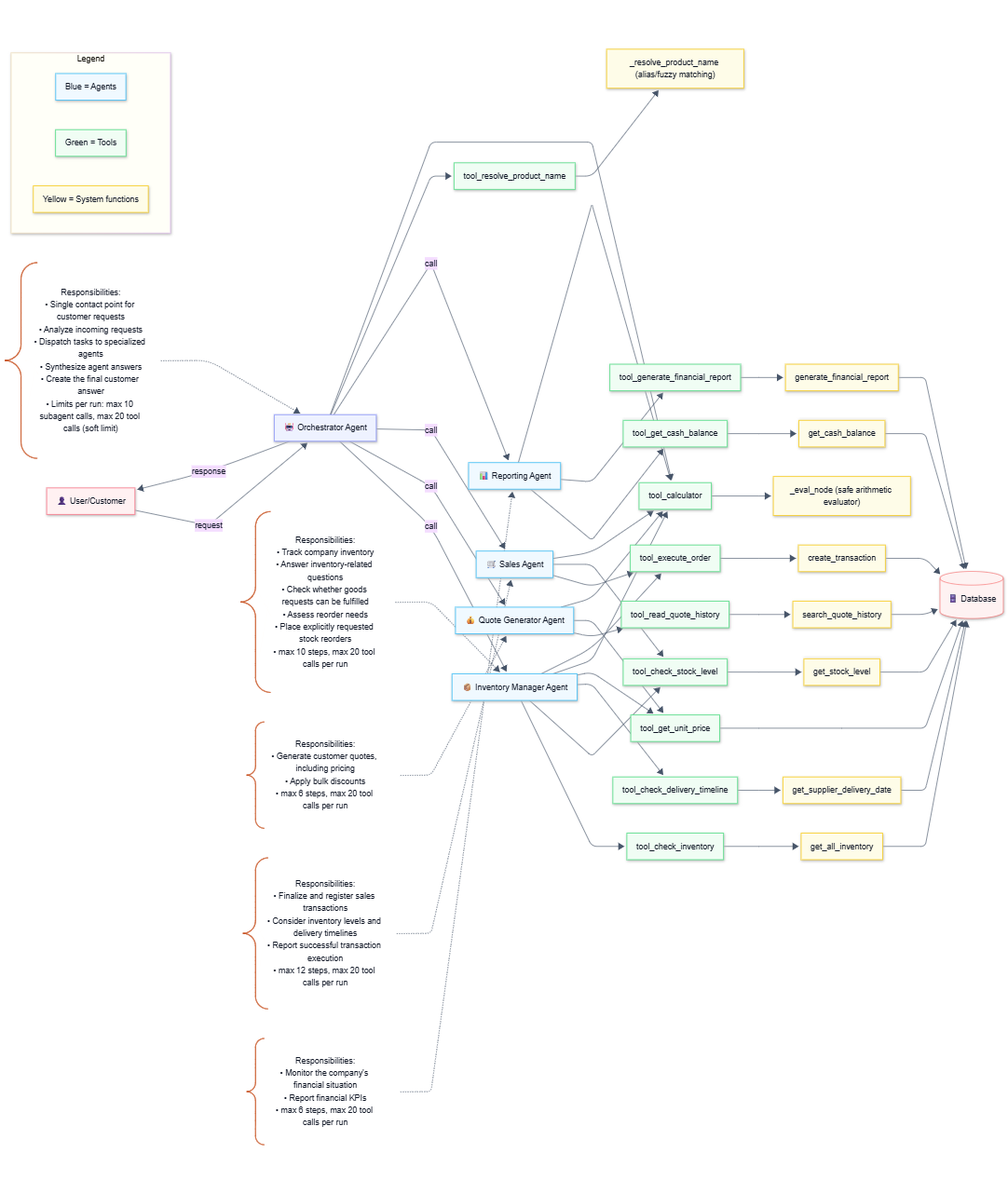
This is docs/architecture_diagram.png from christoph1604/Udacity_Agentic_AI_4.0_Beavers_Choice_Paper_Company, a Mermaid export, as it was before one commit. Its source is kept beside it as docs/architecture_diagram.mmd.
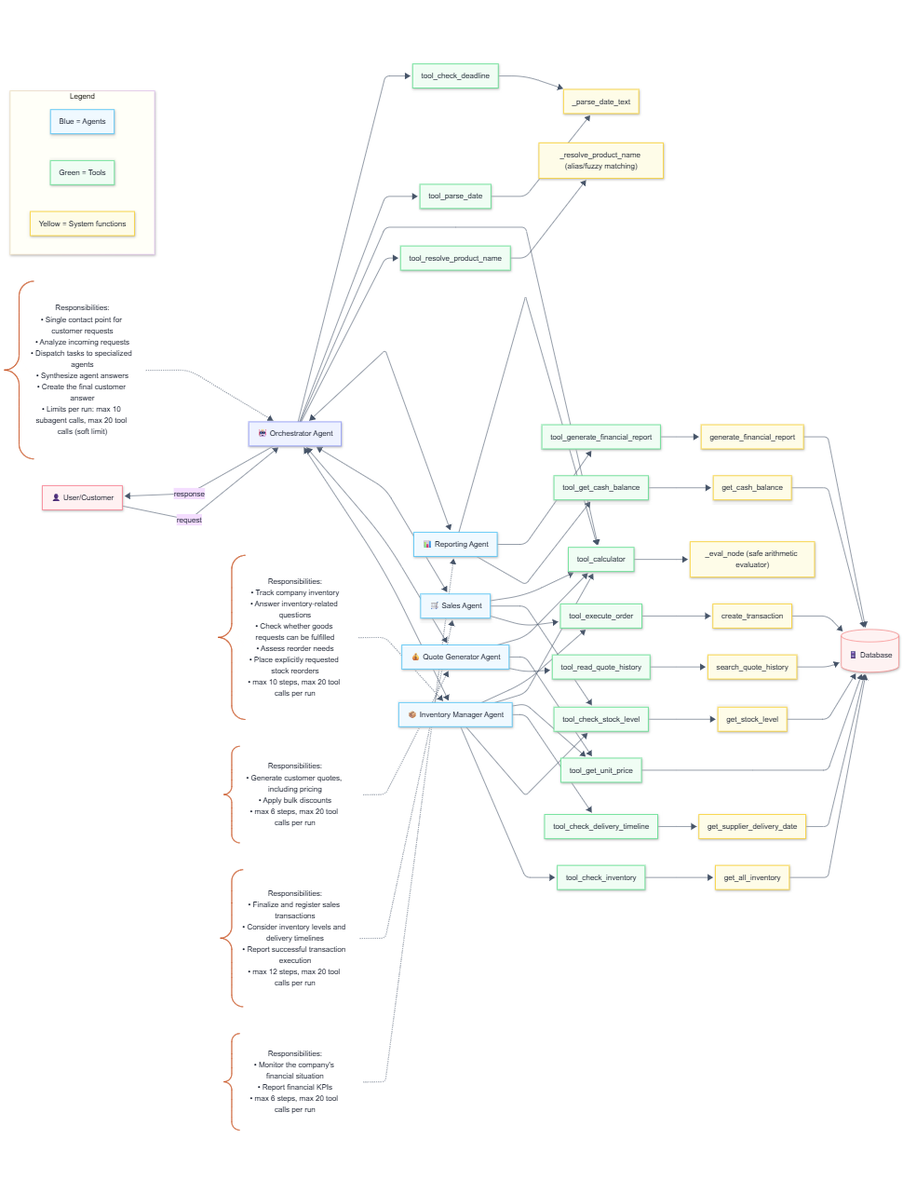
After the commit.

Commit message:
feat: Updated mermaid diagrams

Change to the diagram source:
```diff
@@ -18,12 +18,12 @@
     SalesNotes["Responsibilities:<br>• Finalize and register sales transactions<br>• Consider inventory levels and delivery timelines<br>• Report successful transaction execution<br>• max 12 steps, max 20 tool calls per run"] -.-> SalesAgent["🛒 Sales Agent"]
     ReportingNotes@{ shape: comment, label: "Responsibilities:<br/>• Monitor the company's financial situation<br/>• Report financial KPIs<br/>• max 6 steps, max 20 tool calls per run" } -.-> ReportingAgent["📊 Reporting Agent"]
 
-    OrchestratorAgent -- call --> InventoryAgent
-    OrchestratorAgent -- call --> QuoteAgent
-    OrchestratorAgent -- call --> SalesAgent
-    OrchestratorAgent -- call --> ReportingAgent
+    OrchestratorAgent <--> InventoryAgent
+    OrchestratorAgent <--> QuoteAgent
+    OrchestratorAgent <--> SalesAgent
+    OrchestratorAgent <--> ReportingAgent
 
-    OrchestratorAgent --> ToolResolveProduct["tool_resolve_product_name"] & ToolCalculator["tool_calculator"]
+    OrchestratorAgent --> ToolResolveProduct["tool_resolve_product_name"] & ToolCalculator["tool_calculator"] & ToolParseDate["tool_parse_date"] & ToolCheckDeadline["tool_check_deadline"]
     InventoryAgent --> ToolCheckInventory["tool_check_inventory"] & ToolCheckStockLevel["tool_check_stock_level"] & ToolCheckDeliveryTimeline["tool_check_delivery_timeline"] & ToolGetUnitPrice["tool_get_unit_price"] & ToolCalculator & ToolExecuteOrder["tool_execute_order"]
     QuoteAgent --> ToolReadQuoteHistory["tool_read_quote_history"] & ToolGetUnitPrice & ToolCalculator
     SalesAgent --> ToolExecuteOrder & ToolCheckStockLevel & ToolCalculator
@@ -31,6 +31,8 @@
 
     ToolResolveProduct --> FuncResolveProductName["_resolve_product_name (alias/fuzzy matching)"]
     ToolCalculator --> FuncEval["_eval_node (safe arithmetic evaluator)"]
+    ToolParseDate --> FuncParseDate["_parse_date_text"]
+    ToolCheckDeadline --> FuncParseDate
     ToolGetUnitPrice --> Database
     ToolCheckInventory --> FuncGetAllInventory["get_all_inventory"]
     ToolCheckStockLevel --> FuncGetStockLevel["get_stock_level"]
@@ -73,6 +75,8 @@
     ReportingNotes:::noteStyle
     ToolResolveProduct:::toolStyle
     ToolCalculator:::toolStyle
+    ToolParseDate:::toolStyle
+    ToolCheckDeadline:::toolStyle
     ToolGetUnitPrice:::toolStyle
     ToolCheckInventory:::toolStyle
     ToolCheckStockLevel:::toolStyle
@@ -83,6 +87,7 @@
     ToolGenerateReport:::toolStyle
     FuncResolveProductName:::funcStyle
     FuncEval:::funcStyle
+    FuncParseDate:::funcStyle
     FuncGetAllInventory:::funcStyle
     FuncGetStockLevel:::funcStyle
     FuncGetSupplierDeliveryDate:::funcStyle
```
